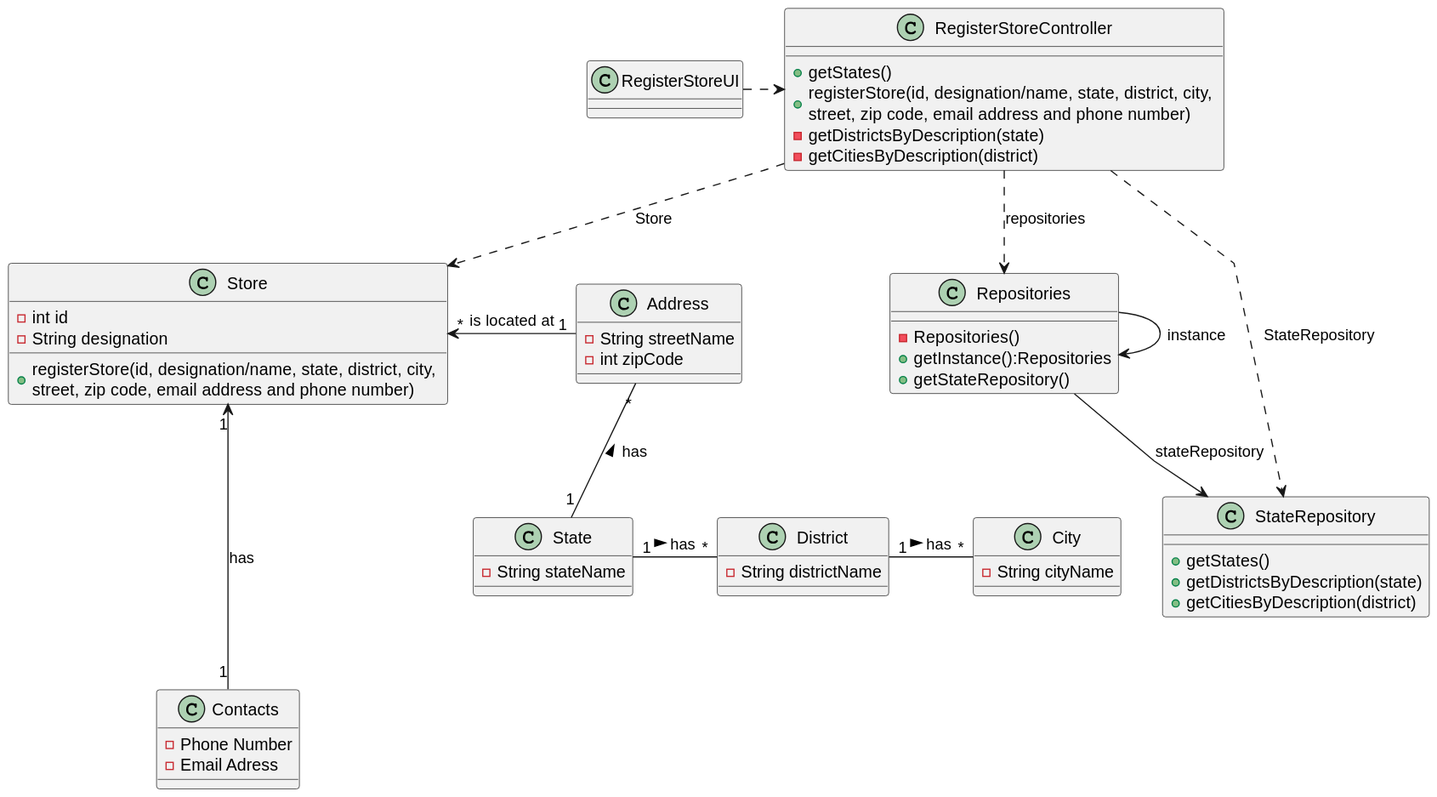
PureNimble/ISEP-LAPR2 keeps this PlantUML diagram as docs/sprintB/US05/03.design/svg/us05-class-diagram.svg. Above is the earlier version.
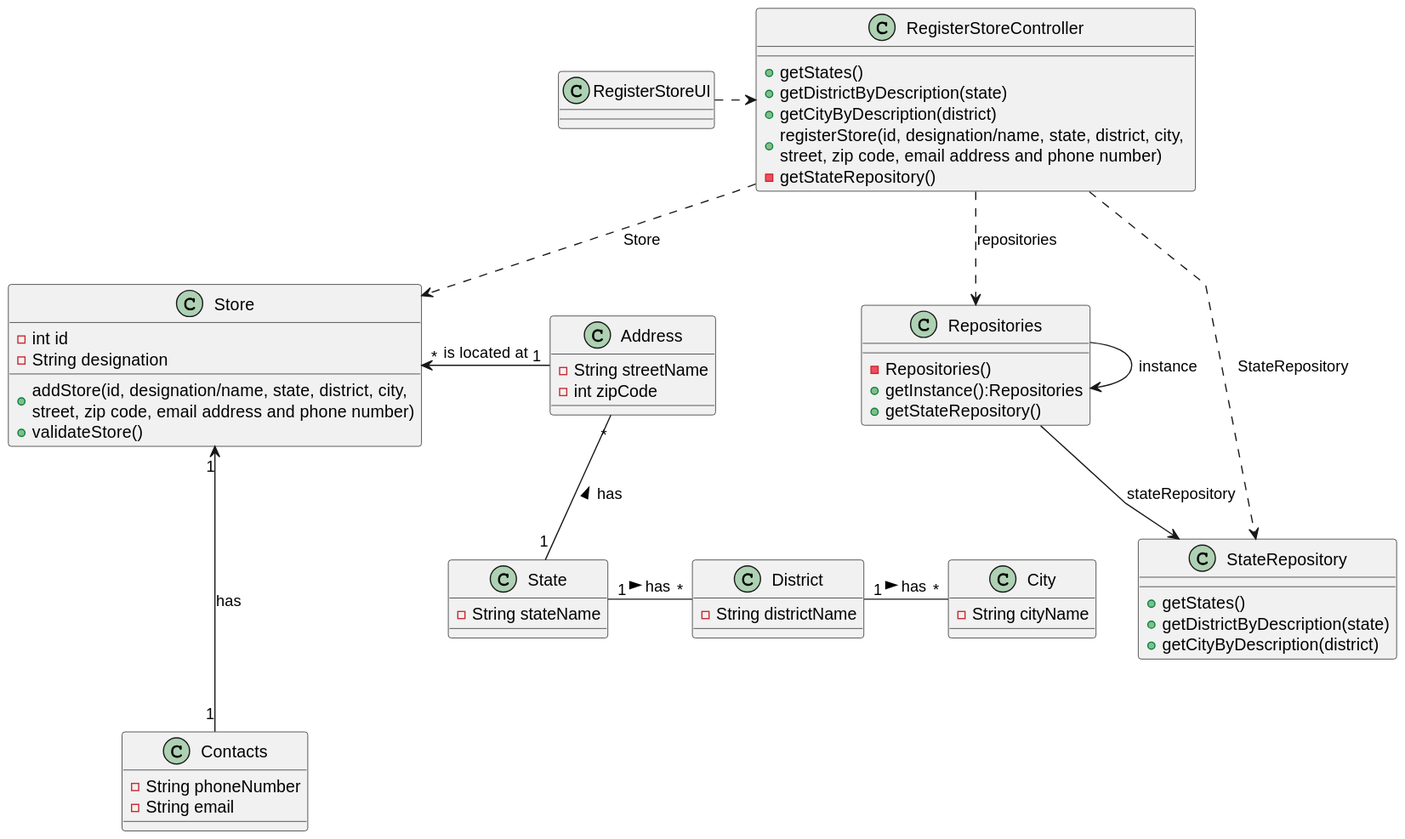
Later version of the same file.

Diff of the diagram source:
```diff
@@ -24,8 +24,8 @@
 }
 
 class Contacts {
-    -Phone Number
-    -Email Adress
+    -String phoneNumber
+    -String email
 }
 
 class Repositories {
@@ -37,20 +37,22 @@
 class Store {
     -int id
     -String designation
-    +registerStore(id, designation/name, state, district, city, \nstreet, zip code, email address and phone number)
+    +addStore(id, designation/name, state, district, city, \nstreet, zip code, email address and phone number)
+    +validateStore()
 }
 
 class RegisterStoreController {
     +getStates()
+    +getDistrictByDescription(state)
+    +getCityByDescription(district)
     +registerStore(id, designation/name, state, district, city, \nstreet, zip code, email address and phone number)
-    -getDistrictsByDescription(state)
-    -getCitiesByDescription(district)
+    -getStateRepository()
 }
 
 class StateRepository {
     +getStates()
-    +getDistrictsByDescription(state)
-    +getCitiesByDescription(district)
+    +getDistrictByDescription(state)
+    +getCityByDescription(district)
 }
 
 class RegisterStoreUI {
```
